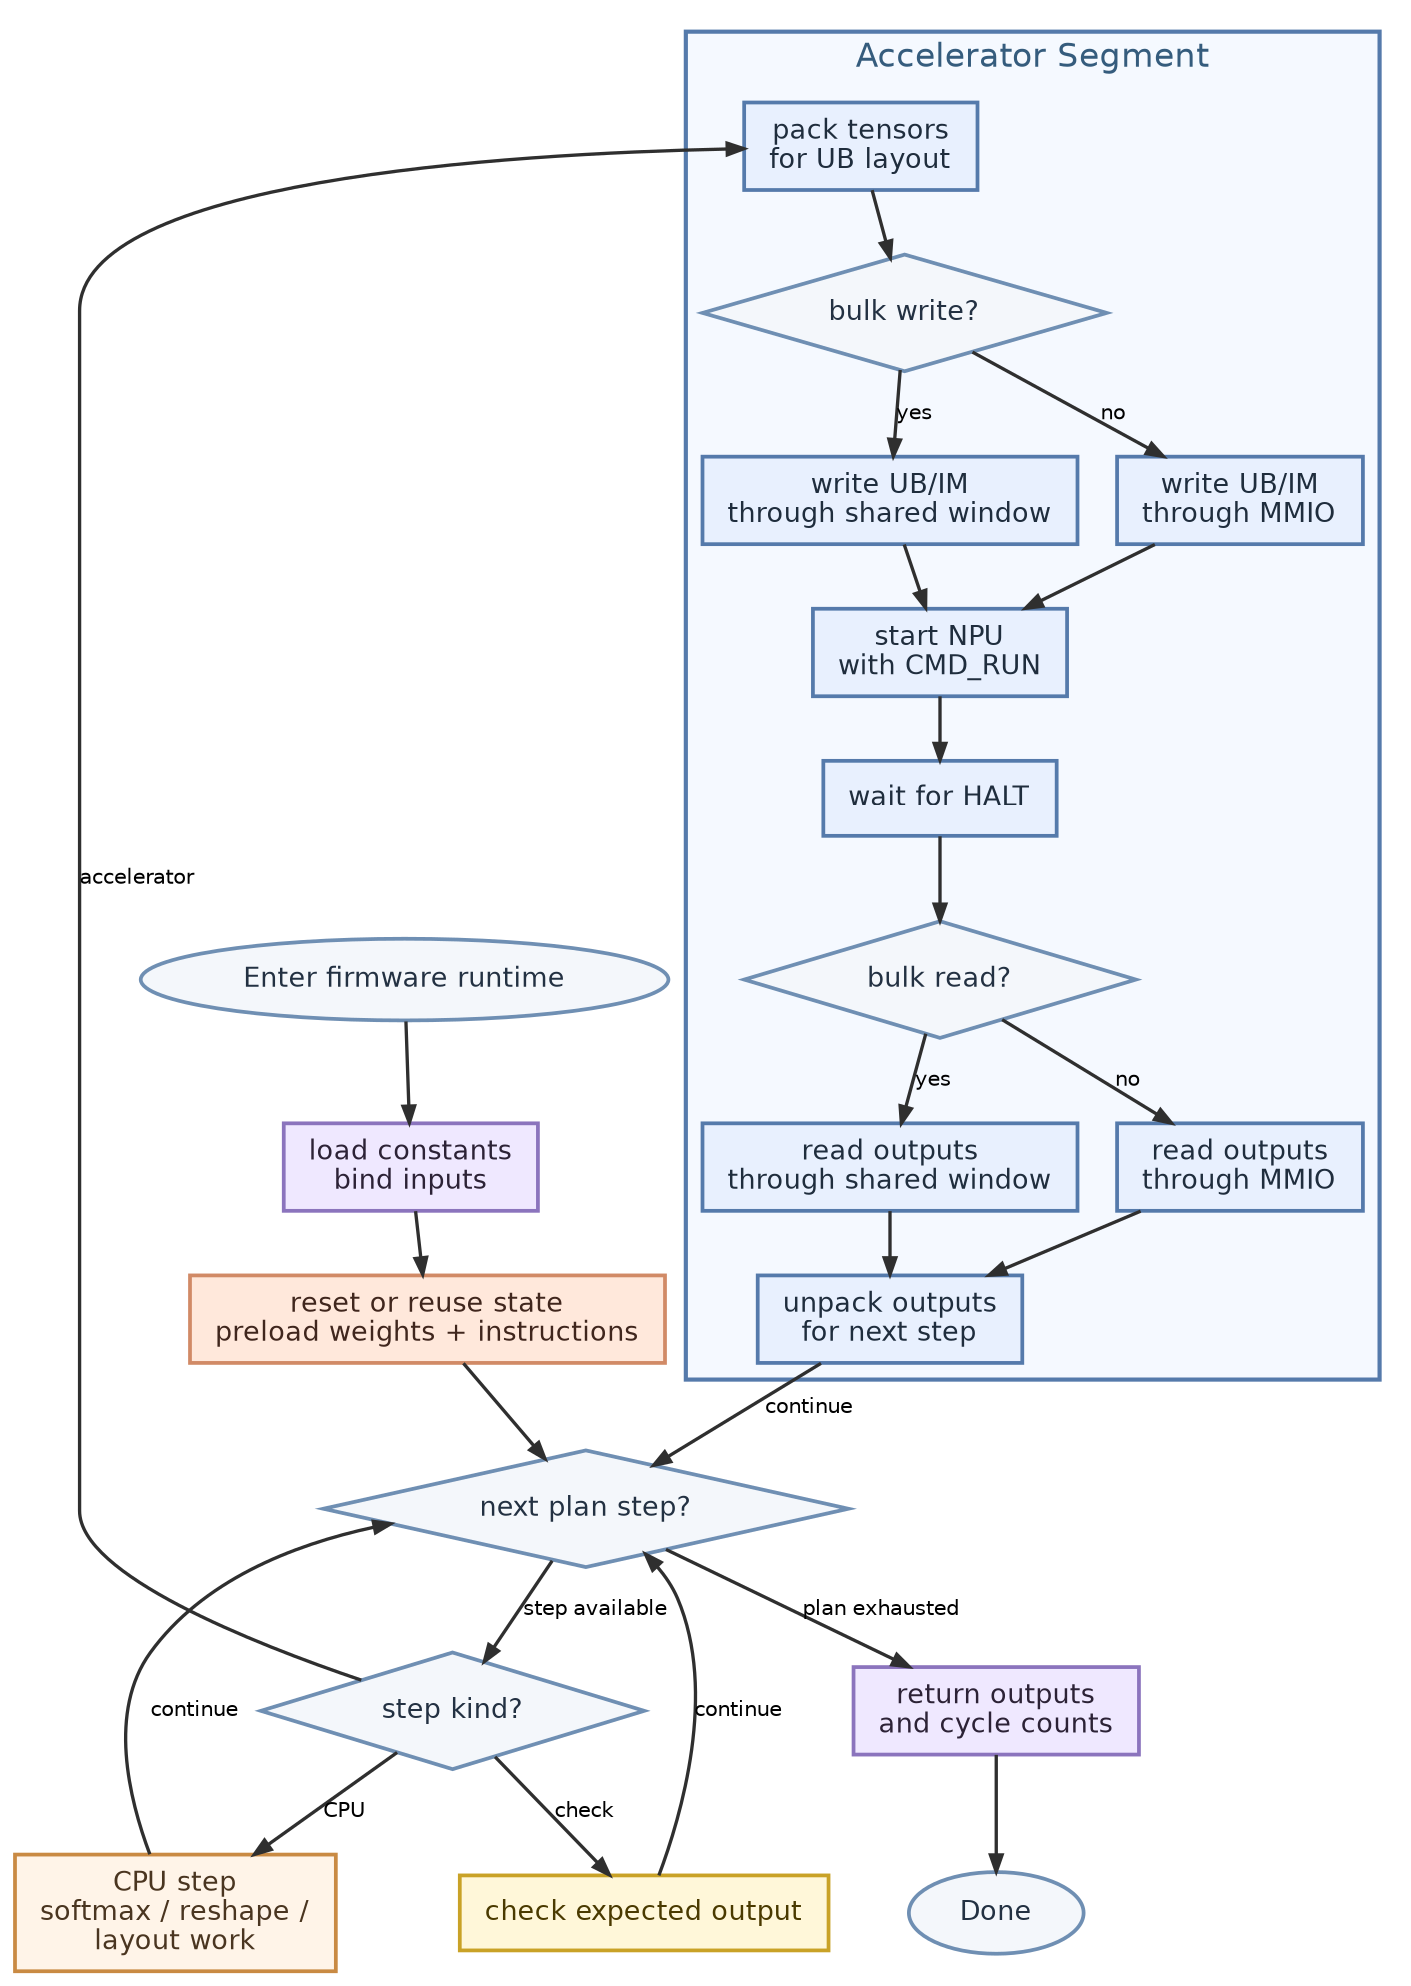
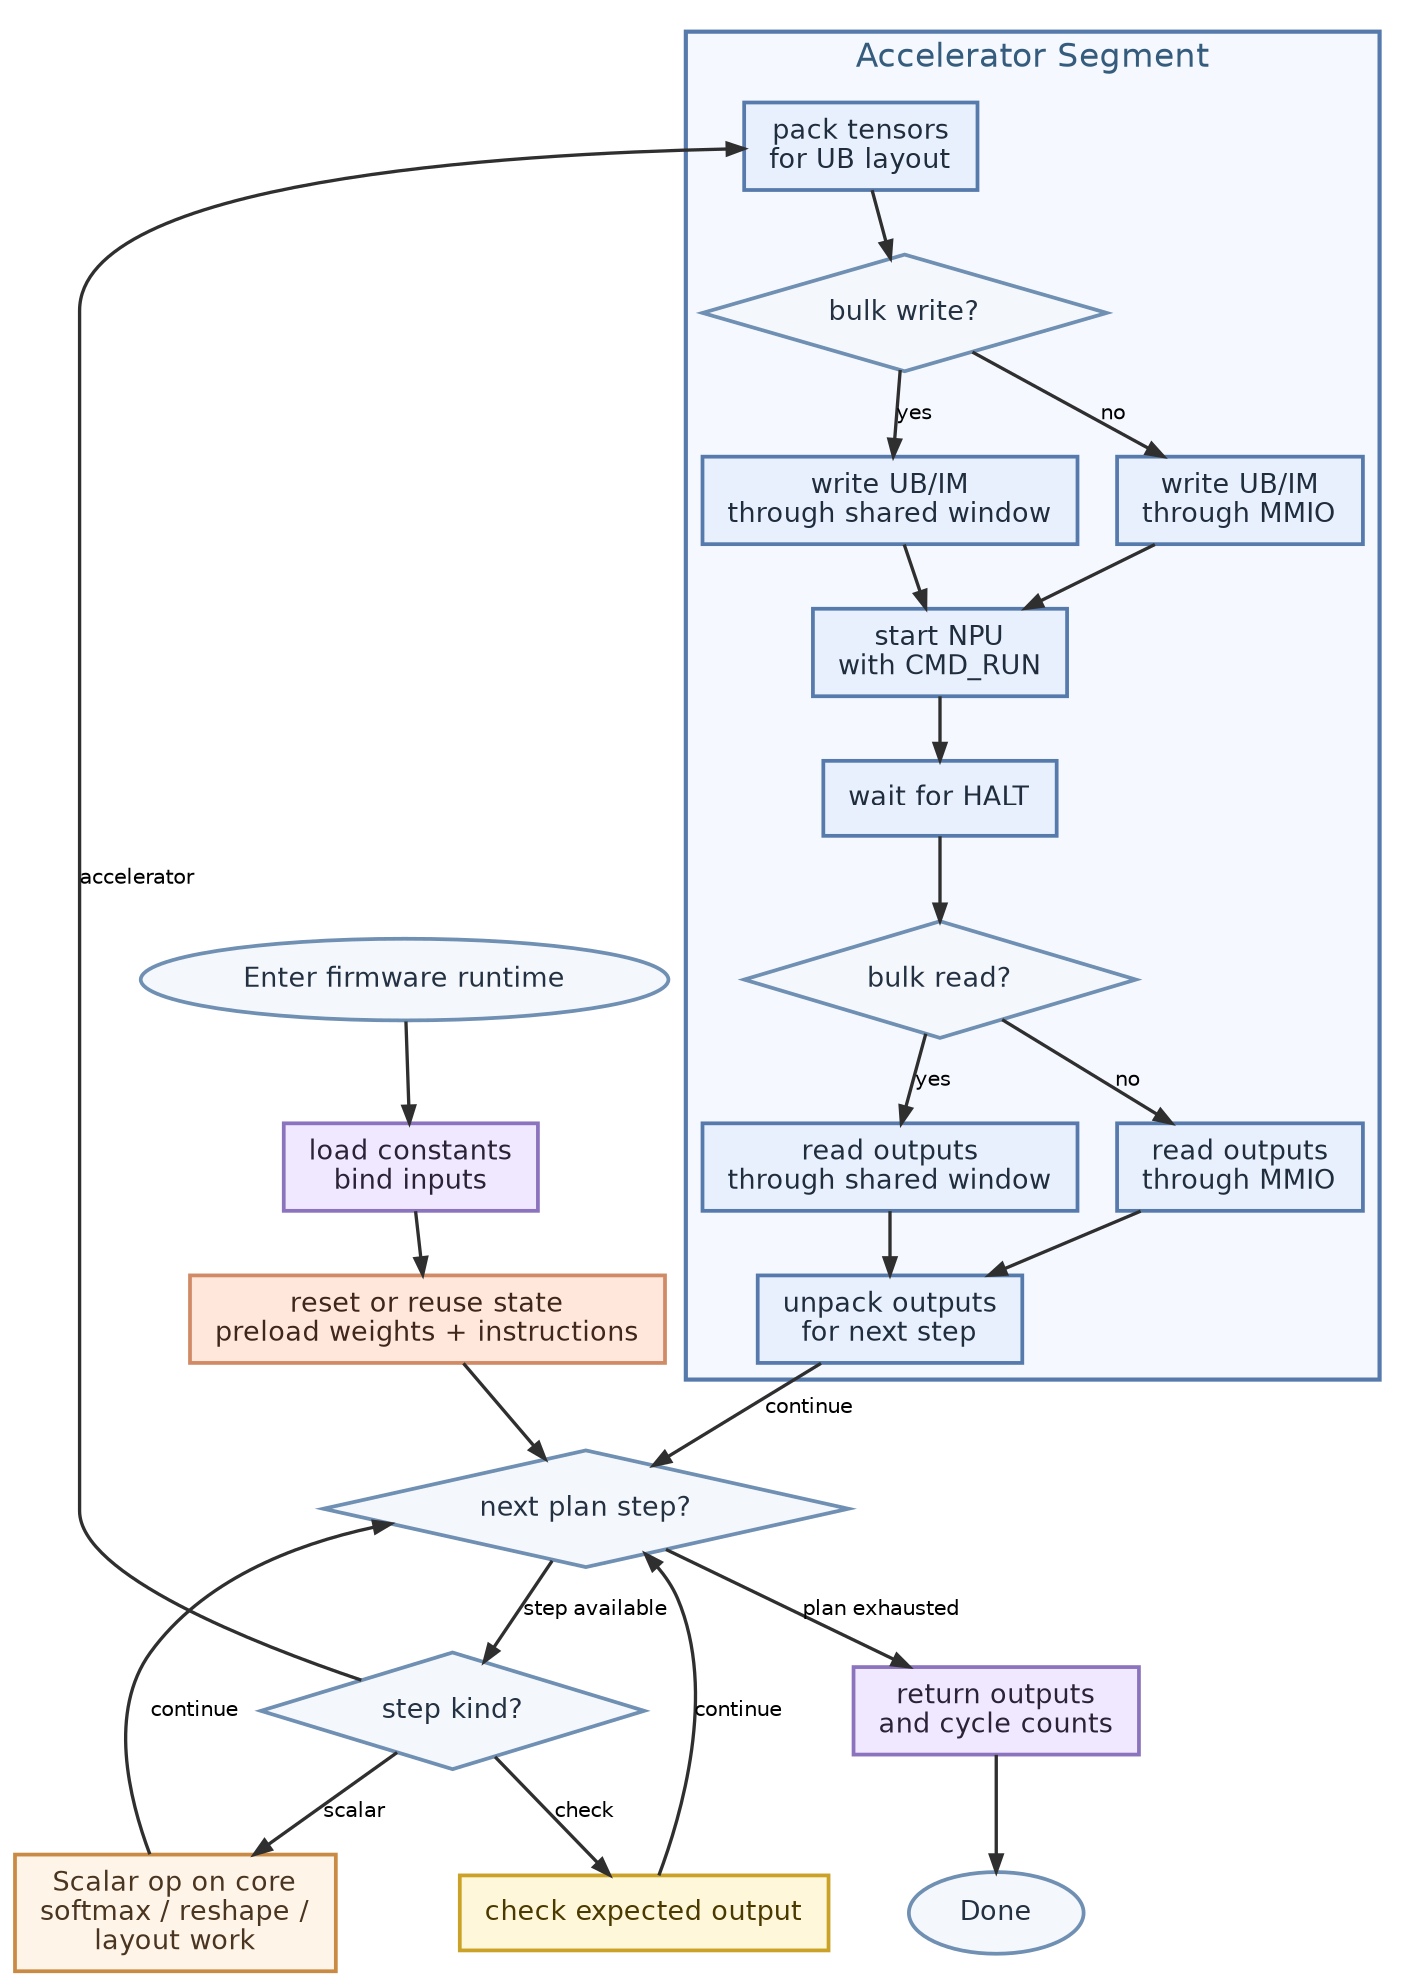
digraph TinyNPURuntimeState {
    graph [
        rankdir=TB,
        splines=true,
        pad=0.10,
        nodesep=0.26,
        ranksep=0.40,
        bgcolor="white",
        fontname="Helvetica",
        fontsize=18
    ];

    node [
        shape=box,
        style="filled",
        fontname="Helvetica",
        fontsize=13,
        penwidth=1.8,
        margin="0.16,0.10"
    ];

    edge [
        fontname="Helvetica",
        fontsize=10,
        color="#2f2f2f",
        penwidth=1.6,
        arrowsize=0.8
    ];

    Start [shape=ellipse, label="Enter firmware runtime", fillcolor="#F4F7FB", color="#6F8FB3", fontcolor="#233142"];
    Init [label="load constants\nbind inputs", fillcolor="#EFE8FF", color="#8B74BD", fontcolor="#2C2236"];
    Session [label="reset or reuse state\npreload weights + instructions", fillcolor="#FFE8DB", color="#D18A66", fontcolor="#40261d"];
    Dispatch [shape=diamond, label="next plan step?", fillcolor="#F4F7FB", color="#6F8FB3", fontcolor="#233142"];
    Kind [shape=diamond, label="step kind?", fillcolor="#F4F7FB", color="#6F8FB3", fontcolor="#233142"];

    subgraph cluster_npu {
        label="Accelerator Segment";
        color="#557AAB";
        penwidth=2.0;
        style="filled";
        fillcolor="#F5F9FF";
        fontcolor="#355C7D";
        fontsize=16;

        Pack [label="pack tensors\nfor UB layout", fillcolor="#E8F0FE", color="#557AAB", fontcolor="#1f2d3d"];
        WriteSel [shape=diamond, label="bulk write?", fillcolor="#F4F7FB", color="#6F8FB3", fontcolor="#233142"];
        WriteShared [label="write UB/IM\nthrough shared window", fillcolor="#E8F0FE", color="#557AAB", fontcolor="#1f2d3d"];
        WriteMMIO [label="write UB/IM\nthrough MMIO", fillcolor="#E8F0FE", color="#557AAB", fontcolor="#1f2d3d"];
        Launch [label="start NPU\nwith CMD_RUN", fillcolor="#E8F0FE", color="#557AAB", fontcolor="#1f2d3d"];
        Wait [label="wait for HALT", fillcolor="#E8F0FE", color="#557AAB", fontcolor="#1f2d3d"];
        ReadSel [shape=diamond, label="bulk read?", fillcolor="#F4F7FB", color="#6F8FB3", fontcolor="#233142"];
        ReadShared [label="read outputs\nthrough shared window", fillcolor="#E8F0FE", color="#557AAB", fontcolor="#1f2d3d"];
        ReadMMIO [label="read outputs\nthrough MMIO", fillcolor="#E8F0FE", color="#557AAB", fontcolor="#1f2d3d"];
        Unpack [label="unpack outputs\nfor next step", fillcolor="#E8F0FE", color="#557AAB", fontcolor="#1f2d3d"];
    }

-     HostOp [label="CPU step\nsoftmax / reshape /\nlayout work", fillcolor="#FFF4E8", color="#C98A43", fontcolor="#4A3520"];
+     ScalarOp [label="Scalar op on core\nsoftmax / reshape /\nlayout work", fillcolor="#FFF4E8", color="#C98A43", fontcolor="#4A3520"];
    Verify [label="check expected output", fillcolor="#FFF7D9", color="#C9A227", fontcolor="#4A3A00"];
    Finalize [label="return outputs\nand cycle counts", fillcolor="#EFE8FF", color="#8B74BD", fontcolor="#2C2236"];
    Done [shape=ellipse, label="Done", fillcolor="#F4F7FB", color="#6F8FB3", fontcolor="#233142"];

-     { rank=same; HostOp; Verify; }
+     { rank=same; ScalarOp; Verify; }

    Start -> Init;
    Init -> Session;
    Session -> Dispatch;
    Dispatch -> Finalize [label="plan exhausted"];
    Dispatch -> Kind [label="step available"];

    Kind -> Pack [label="accelerator"];
-     Kind -> HostOp [label="CPU"];
+     Kind -> ScalarOp [label="scalar"];
    Kind -> Verify [label="check"];

    Pack -> WriteSel;
    WriteSel -> WriteShared [label="yes"];
    WriteSel -> WriteMMIO [label="no"];
    WriteShared -> Launch;
    WriteMMIO -> Launch;
    Launch -> Wait -> ReadSel;
    ReadSel -> ReadShared [label="yes"];
    ReadSel -> ReadMMIO [label="no"];
    ReadShared -> Unpack;
    ReadMMIO -> Unpack;
    Unpack -> Dispatch [label="continue"];
-     HostOp -> Dispatch [label="continue"];
+     ScalarOp -> Dispatch [label="continue"];
    Verify -> Dispatch [label="continue"];
    Finalize -> Done;
}
